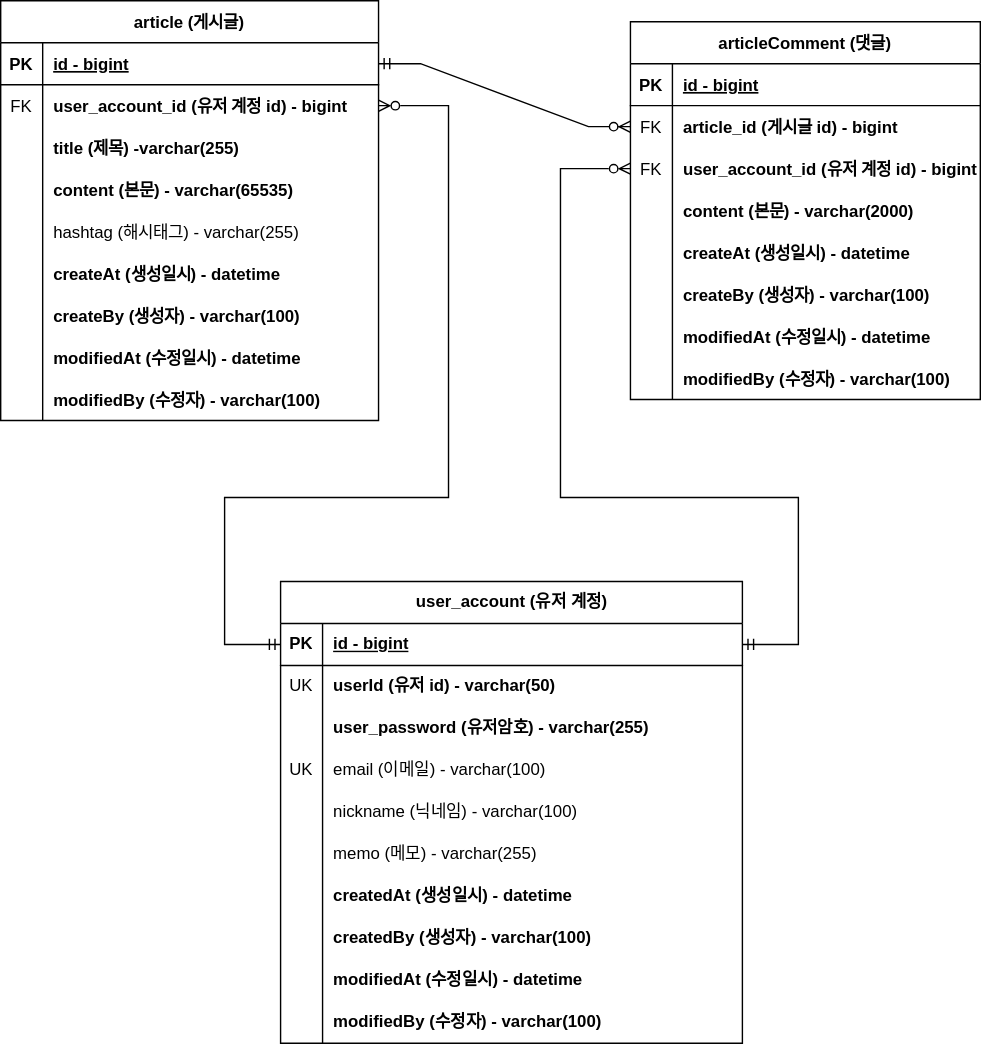
min-zi/project-board keeps this draw.io diagram as document/project-board-erd.svg. Above is the earlier version. Source tidied: cells renumbered, new cells last; positions are measured from the earlier drawing's top-left corner, leaving out a move shared by most shapes.
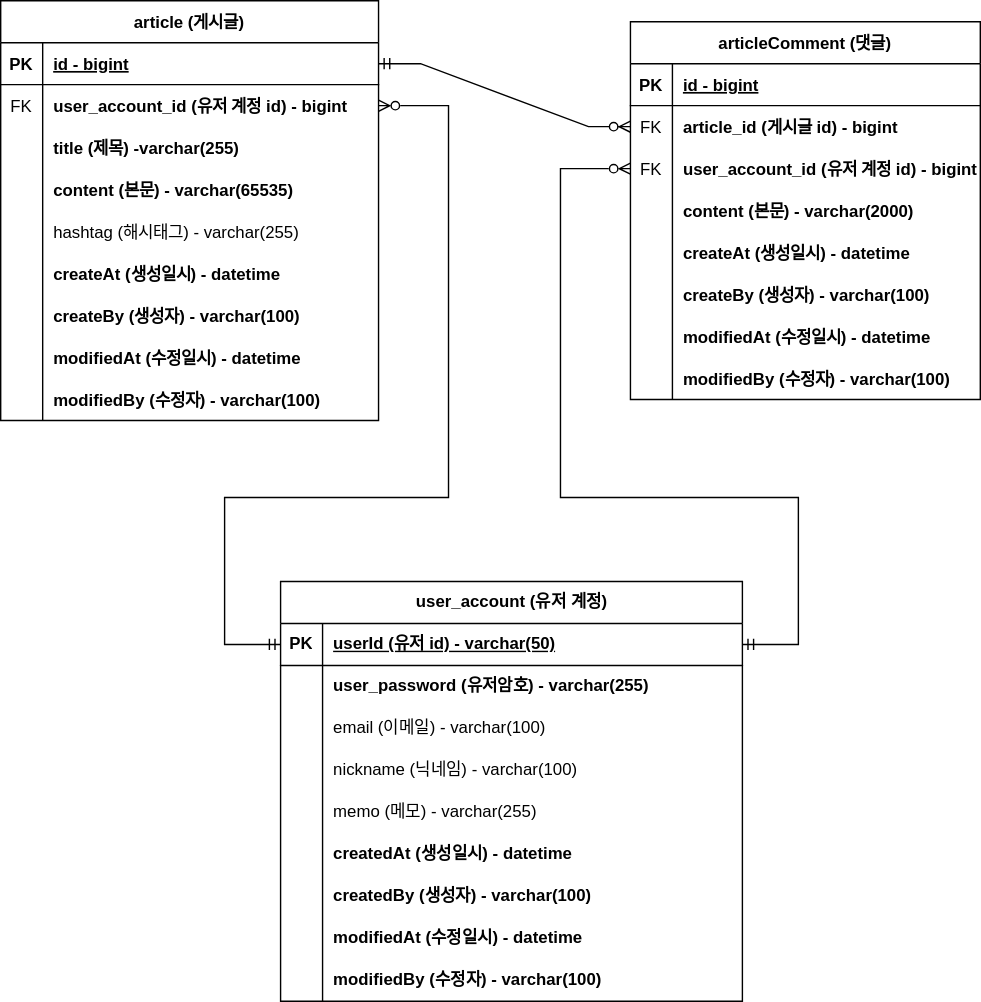
Later version of the same file.

Commit message:
ERD 문서 수정: 회원 계정 user_id 를 PK 로 변경

Change to the diagram source:
```diff
@@ -174,7 +174,7 @@
       </mxGeometry>
     </mxCell>
     <mxCell id="56" value="user_account (유저 계정)" style="shape=table;startSize=30;rowLines=0;fontStyle=1;align=center;html=1;" parent="1" vertex="1">
-      <mxGeometry x="200" y="415" width="330" height="330" as="geometry" />
+      <mxGeometry x="200" y="415" width="330" height="300" as="geometry" />
     </mxCell>
     <mxCell id="57" style="shape=tableRow;horizontal=0;startSize=0;swimlaneHead=0;swimlaneBody=0;fillColor=none;points=[[0,0.5],[1,0.5]];portConstraint=eastwest;top=0;left=0;right=0;bottom=1;" parent="56" vertex="1">
       <mxGeometry y="30" width="330" height="30" as="geometry" />
@@ -182,20 +182,11 @@
     <mxCell id="58" value="PK" style="shape=partialRectangle;fillColor=none;top=0;left=0;bottom=0;right=0;fontStyle=1;overflow=hidden;whiteSpace=wrap;html=1;" parent="57" vertex="1">
       <mxGeometry width="30" height="30" as="geometry" />
     </mxCell>
-    <mxCell id="59" value="id - bigint" style="shape=partialRectangle;fillColor=none;top=0;left=0;bottom=0;right=0;align=left;spacingLeft=6;fontStyle=5;overflow=hidden;whiteSpace=wrap;html=1;" parent="57" vertex="1">
+    <mxCell id="59" value="userId (유저 id) - varchar(50)" style="shape=partialRectangle;fillColor=none;top=0;left=0;bottom=0;right=0;align=left;spacingLeft=6;fontStyle=5;overflow=hidden;whiteSpace=wrap;html=1;" parent="57" vertex="1">
       <mxGeometry x="30" width="300" height="30" as="geometry" />
     </mxCell>
-    <mxCell id="60" style="shape=tableRow;horizontal=0;startSize=0;swimlaneHead=0;swimlaneBody=0;fillColor=none;top=0;left=0;right=0;bottom=0;" parent="56" vertex="1">
-      <mxGeometry y="60" width="330" height="30" as="geometry" />
-    </mxCell>
-    <mxCell id="61" value="UK" style="shape=partialRectangle;fillColor=none;top=0;left=0;bottom=0;right=0;overflow=hidden;whiteSpace=wrap;html=1;" parent="60" vertex="1">
-      <mxGeometry width="30" height="30" as="geometry" />
-    </mxCell>
-    <mxCell id="62" value="&lt;span&gt;userId (유저 id) - varchar(50)&lt;/span&gt;" style="shape=partialRectangle;fillColor=none;top=0;left=0;bottom=0;right=0;align=left;spacingLeft=6;overflow=hidden;whiteSpace=wrap;html=1;fontStyle=1;" parent="60" vertex="1">
-      <mxGeometry x="30" width="300" height="30" as="geometry" />
-    </mxCell>
     <mxCell id="63" style="shape=tableRow;horizontal=0;startSize=0;swimlaneHead=0;swimlaneBody=0;fillColor=none;top=0;left=0;right=0;bottom=0;" parent="56" vertex="1">
-      <mxGeometry y="90" width="330" height="30" as="geometry" />
+      <mxGeometry y="60" width="330" height="30" as="geometry" />
     </mxCell>
     <mxCell id="64" style="shape=partialRectangle;fillColor=none;top=0;left=0;bottom=0;right=0;overflow=hidden;whiteSpace=wrap;html=1;" parent="63" vertex="1">
       <mxGeometry width="30" height="30" as="geometry" />
@@ -204,16 +195,16 @@
       <mxGeometry x="30" width="300" height="30" as="geometry" />
     </mxCell>
     <mxCell id="66" style="shape=tableRow;horizontal=0;startSize=0;swimlaneHead=0;swimlaneBody=0;fillColor=none;top=0;left=0;right=0;bottom=0;" parent="56" vertex="1">
-      <mxGeometry y="120" width="330" height="30" as="geometry" />
+      <mxGeometry y="90" width="330" height="30" as="geometry" />
     </mxCell>
-    <mxCell id="67" value="UK" style="shape=partialRectangle;fillColor=none;top=0;left=0;bottom=0;right=0;overflow=hidden;whiteSpace=wrap;html=1;" parent="66" vertex="1">
+    <mxCell id="67" style="shape=partialRectangle;fillColor=none;top=0;left=0;bottom=0;right=0;overflow=hidden;whiteSpace=wrap;html=1;" parent="66" vertex="1">
       <mxGeometry width="30" height="30" as="geometry" />
     </mxCell>
     <mxCell id="68" value="&lt;span style=&quot;font-weight: normal;&quot;&gt;email (이메일) - varchar(100)&lt;/span&gt;" style="shape=partialRectangle;fillColor=none;top=0;left=0;bottom=0;right=0;align=left;spacingLeft=6;overflow=hidden;whiteSpace=wrap;html=1;fontStyle=1;" parent="66" vertex="1">
       <mxGeometry x="30" width="300" height="30" as="geometry" />
     </mxCell>
     <mxCell id="69" style="shape=tableRow;horizontal=0;startSize=0;swimlaneHead=0;swimlaneBody=0;fillColor=none;top=0;left=0;right=0;bottom=0;" parent="56" vertex="1">
-      <mxGeometry y="150" width="330" height="30" as="geometry" />
+      <mxGeometry y="120" width="330" height="30" as="geometry" />
     </mxCell>
     <mxCell id="70" style="shape=partialRectangle;fillColor=none;top=0;left=0;bottom=0;right=0;overflow=hidden;whiteSpace=wrap;html=1;" parent="69" vertex="1">
       <mxGeometry width="30" height="30" as="geometry" />
@@ -222,7 +213,7 @@
       <mxGeometry x="30" width="300" height="30" as="geometry" />
     </mxCell>
     <mxCell id="72" style="shape=tableRow;horizontal=0;startSize=0;swimlaneHead=0;swimlaneBody=0;fillColor=none;top=0;left=0;right=0;bottom=0;" parent="56" vertex="1">
-      <mxGeometry y="180" width="330" height="30" as="geometry" />
+      <mxGeometry y="150" width="330" height="30" as="geometry" />
     </mxCell>
     <mxCell id="73" style="shape=partialRectangle;fillColor=none;top=0;left=0;bottom=0;right=0;overflow=hidden;whiteSpace=wrap;html=1;" parent="72" vertex="1">
       <mxGeometry width="30" height="30" as="geometry" />
@@ -231,7 +222,7 @@
       <mxGeometry x="30" width="300" height="30" as="geometry" />
     </mxCell>
     <mxCell id="75" style="shape=tableRow;horizontal=0;startSize=0;swimlaneHead=0;swimlaneBody=0;fillColor=none;top=0;left=0;right=0;bottom=0;" parent="56" vertex="1">
-      <mxGeometry y="210" width="330" height="30" as="geometry" />
+      <mxGeometry y="180" width="330" height="30" as="geometry" />
     </mxCell>
     <mxCell id="76" style="shape=partialRectangle;fillColor=none;top=0;left=0;bottom=0;right=0;overflow=hidden;whiteSpace=wrap;html=1;" parent="75" vertex="1">
       <mxGeometry width="30" height="30" as="geometry" />
@@ -240,7 +231,7 @@
       <mxGeometry x="30" width="300" height="30" as="geometry" />
     </mxCell>
     <mxCell id="78" style="shape=tableRow;horizontal=0;startSize=0;swimlaneHead=0;swimlaneBody=0;fillColor=none;top=0;left=0;right=0;bottom=0;" parent="56" vertex="1">
-      <mxGeometry y="240" width="330" height="30" as="geometry" />
+      <mxGeometry y="210" width="330" height="30" as="geometry" />
     </mxCell>
     <mxCell id="79" style="shape=partialRectangle;fillColor=none;top=0;left=0;bottom=0;right=0;overflow=hidden;whiteSpace=wrap;html=1;" parent="78" vertex="1">
       <mxGeometry width="30" height="30" as="geometry" />
@@ -249,7 +240,7 @@
       <mxGeometry x="30" width="300" height="30" as="geometry" />
     </mxCell>
     <mxCell id="81" style="shape=tableRow;horizontal=0;startSize=0;swimlaneHead=0;swimlaneBody=0;fillColor=none;top=0;left=0;right=0;bottom=0;" parent="56" vertex="1">
-      <mxGeometry y="270" width="330" height="30" as="geometry" />
+      <mxGeometry y="240" width="330" height="30" as="geometry" />
     </mxCell>
     <mxCell id="82" style="shape=partialRectangle;fillColor=none;top=0;left=0;bottom=0;right=0;overflow=hidden;whiteSpace=wrap;html=1;" parent="81" vertex="1">
       <mxGeometry width="30" height="30" as="geometry" />
@@ -258,7 +249,7 @@
       <mxGeometry x="30" width="300" height="30" as="geometry" />
     </mxCell>
     <mxCell id="84" style="shape=tableRow;horizontal=0;startSize=0;swimlaneHead=0;swimlaneBody=0;fillColor=none;top=0;left=0;right=0;bottom=0;" parent="56" vertex="1">
-      <mxGeometry y="300" width="330" height="30" as="geometry" />
+      <mxGeometry y="270" width="330" height="30" as="geometry" />
     </mxCell>
     <mxCell id="85" style="shape=partialRectangle;fillColor=none;top=0;left=0;bottom=0;right=0;overflow=hidden;whiteSpace=wrap;html=1;" parent="84" vertex="1">
       <mxGeometry width="30" height="30" as="geometry" />
```
